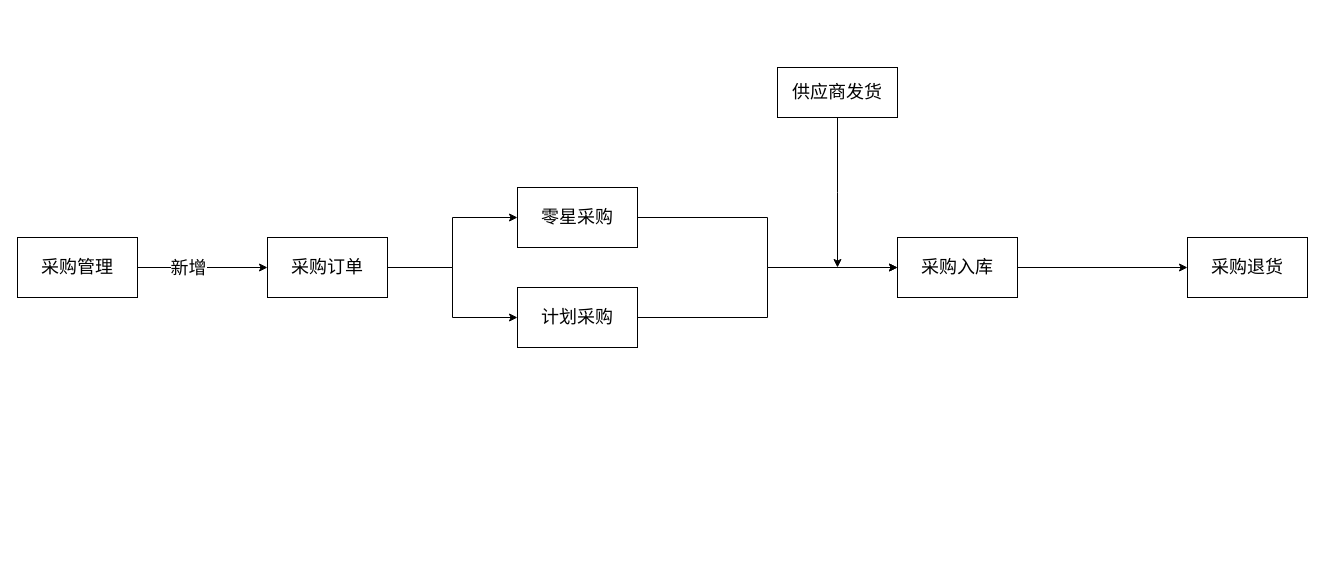
Before: ERP采购流程.drawio in linbingxing/mind, a draw.io diagram. Source tidied: cells renumbered, new cells numbered last; positions are measured from the earlier drawing's top-left corner, leaving out a move shared by most shapes. Both pictures are drawn from the tidied source at 100%, with x=0, y=0 at pixel (17, 67).
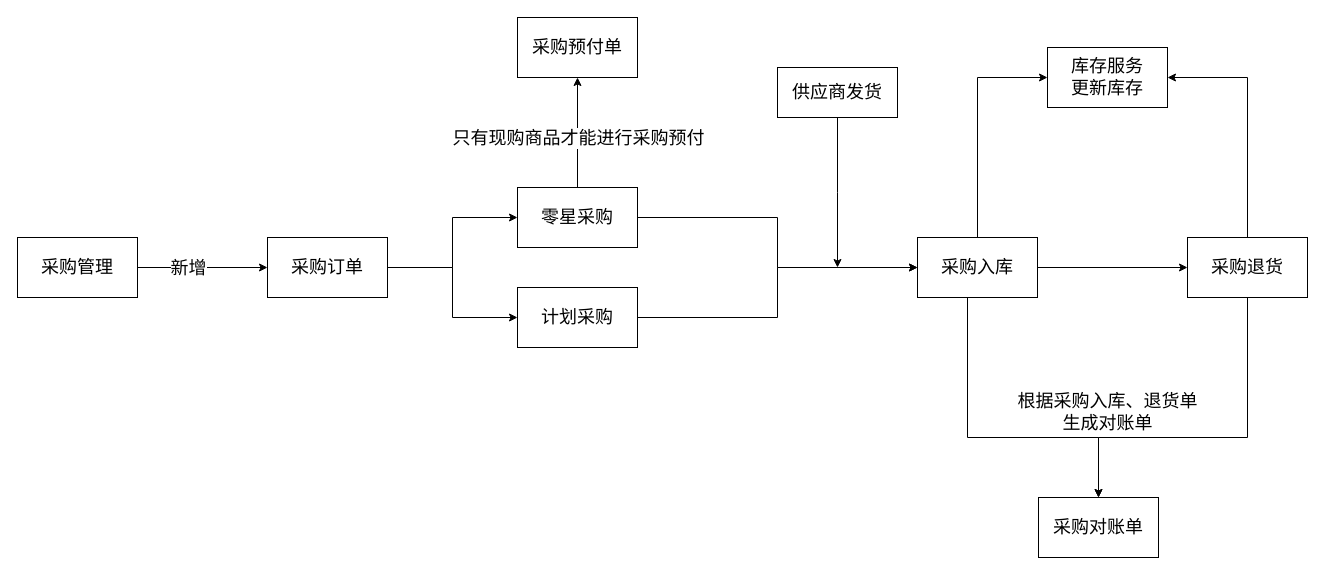
The same diagram, later.

Commit message (it also covers changes not shown here):
更新ERP采购流程.drawio

Unchanged cells that the change refers to:
```xml
<mxCell id="11" value="零星采购" style="whiteSpace=wrap;html=1;rounded=0;fontSize=18;" parent="1" vertex="1">
  <mxGeometry x="500" y="120" width="120" height="60" as="geometry" />
</mxCell>
<mxCell id="14" value="采购退货" style="rounded=0;whiteSpace=wrap;html=1;fontSize=18;" parent="1" vertex="1">
  <mxGeometry x="1170" y="170" width="120" height="60" as="geometry" />
</mxCell>
```

Change to the diagram source:
```diff
@@
+    <mxCell id="17" style="edgeStyle=orthogonalEdgeStyle;rounded=0;jettySize=auto;html=1;fontSize=18;" parent="1" edge="1" source="11" target="23">
+      <mxGeometry relative="1" as="geometry">
+        <Array as="points">
+          <mxPoint x="560" y="80" />
+          <mxPoint x="560" y="80" />
+        </Array>
+      </mxGeometry>
+    </mxCell>
+    <mxCell id="18" value="只有现购商品才能进行采购预付" style="edgeLabel;html=1;align=center;verticalAlign=middle;fontSize=18;" parent="17" vertex="1">
+      <mxGeometry x="-0.29" y="3" relative="1" as="geometry">
+        <mxPoint x="3" y="-11" as="offset" />
+      </mxGeometry>
+    </mxCell>
@@
+    <mxCell id="19" style="edgeStyle=orthogonalEdgeStyle;rounded=0;jettySize=auto;html=1;entryX=0;entryY=0.5;entryDx=0;entryDy=0;fontSize=18;" parent="1" edge="1" source="13" target="24">
+      <mxGeometry relative="1" as="geometry">
+        <Array as="points">
+          <mxPoint x="960" y="10" />
+        </Array>
+      </mxGeometry>
+    </mxCell>
+    <mxCell id="20" style="edgeStyle=orthogonalEdgeStyle;rounded=0;jettySize=auto;html=1;fontSize=18;" parent="1" edge="1" source="13" target="25">
+      <mxGeometry relative="1" as="geometry">
+        <Array as="points">
+          <mxPoint x="950" y="370" />
+        </Array>
+      </mxGeometry>
+    </mxCell>
     <mxCell id="13" value="采购入库" style="rounded=0;whiteSpace=wrap;html=1;fontSize=18;" parent="1" vertex="1">
-      <mxGeometry x="880" y="170" width="120" height="60" as="geometry" />
+      <mxGeometry x="900" y="170" width="120" height="60" as="geometry" />
     </mxCell>
+    <mxCell id="21" style="edgeStyle=orthogonalEdgeStyle;rounded=0;jettySize=auto;html=1;entryX=1;entryY=0.5;entryDx=0;entryDy=0;fontSize=18;" parent="1" edge="1" source="14" target="24">
+      <mxGeometry relative="1" as="geometry">
+        <Array as="points">
+          <mxPoint x="1230" y="10" />
+        </Array>
+      </mxGeometry>
+    </mxCell>
+    <mxCell id="22" style="edgeStyle=orthogonalEdgeStyle;rounded=0;jettySize=auto;html=1;entryX=0.5;entryY=0;entryDx=0;entryDy=0;fontSize=18;" parent="1" edge="1" source="14" target="25">
+      <mxGeometry relative="1" as="geometry">
+        <Array as="points">
+          <mxPoint x="1230" y="370" />
+          <mxPoint x="1081" y="370" />
+        </Array>
+      </mxGeometry>
+    </mxCell>
@@
+    <mxCell id="23" value="采购预付单" style="whiteSpace=wrap;html=1;fontSize=18;rounded=0;" parent="1" vertex="1">
+      <mxGeometry x="500" y="-50" width="120" height="60" as="geometry" />
+    </mxCell>
+    <mxCell id="24" value="库存服务&lt;br&gt;更新库存" style="rounded=0;whiteSpace=wrap;html=1;fontSize=18;" parent="1" vertex="1">
+      <mxGeometry x="1030" y="-20" width="120" height="60" as="geometry" />
+    </mxCell>
+    <mxCell id="25" value="采购对账单" style="rounded=0;whiteSpace=wrap;html=1;fontSize=18;" parent="1" vertex="1">
+      <mxGeometry x="1021" y="430" width="120" height="60" as="geometry" />
+    </mxCell>
+    <mxCell id="26" value="根据采购入库、退货单生成对账单" style="text;html=1;strokeColor=none;fillColor=none;align=center;verticalAlign=middle;whiteSpace=wrap;rounded=0;fontSize=18;" parent="1" vertex="1">
+      <mxGeometry x="990.5" y="330" width="199" height="30" as="geometry" />
+    </mxCell>
```
